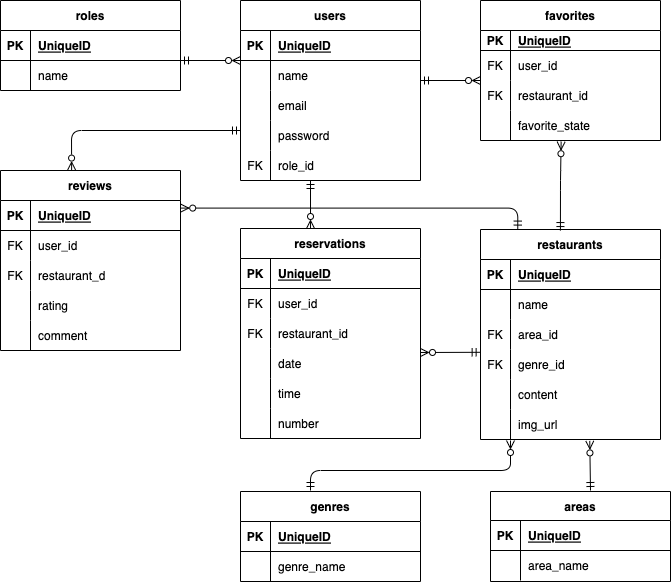
Before: src/index.drawio.png, a diagram exported from draw.io (hase-taka/reservation-system). Source tidied: cells renumbered, new cells last; positions are measured from the earlier drawing's top-left corner, leaving out a move shared by most shapes.
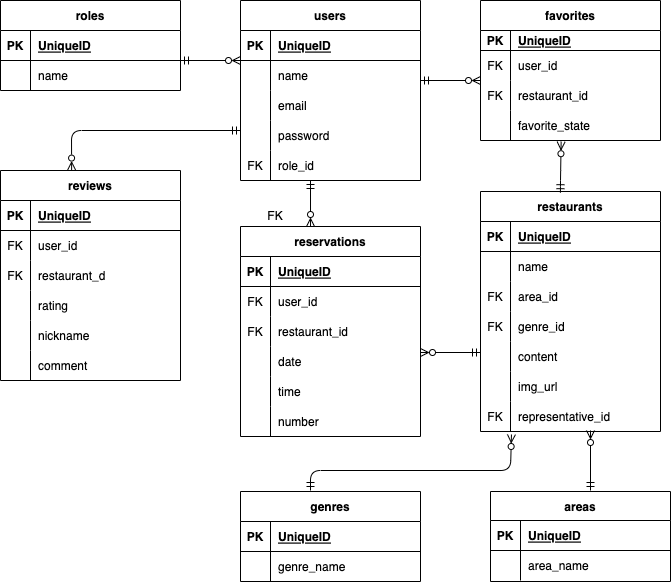
Above is the later version.

What changed in the source:
```diff
@@ -90,7 +90,7 @@
       <mxGeometry x="30" width="150" height="30" as="geometry" />
     </mxCell>
     <mxCell id="31" value="reservations" style="shape=table;startSize=30;rowLines=0;fontStyle=1;align=center;" parent="1" vertex="1">
-      <mxGeometry x="240" y="228" width="180" height="210" as="geometry" />
+      <mxGeometry x="240" y="226" width="180" height="210" as="geometry" />
     </mxCell>
     <mxCell id="32" style="shape=tableRow;horizontal=0;startSize=0;swimlaneHead=0;swimlaneBody=0;fillColor=none;top=0;left=0;right=0;bottom=1;" parent="31" vertex="1">
       <mxGeometry y="30" width="180" height="30" as="geometry" />
@@ -147,7 +147,7 @@
       <mxGeometry x="30" width="150" height="30" as="geometry" />
     </mxCell>
     <mxCell id="50" value="restaurants" style="shape=table;startSize=30;rowLines=0;fontStyle=1;align=center;" parent="1" vertex="1">
-      <mxGeometry x="480" y="229" width="180" height="210" as="geometry" />
+      <mxGeometry x="480" y="191" width="180" height="240" as="geometry" />
     </mxCell>
     <mxCell id="51" style="shape=tableRow;horizontal=0;startSize=0;swimlaneHead=0;swimlaneBody=0;fillColor=none;top=0;left=0;right=0;bottom=1;" parent="50" vertex="1">
       <mxGeometry y="30" width="180" height="30" as="geometry" />
@@ -203,6 +203,15 @@
     <mxCell id="68" value="img_url" style="shape=partialRectangle;fillColor=none;top=0;left=0;bottom=0;right=0;align=left;spacingLeft=6;overflow=hidden;" parent="66" vertex="1">
       <mxGeometry x="30" width="150" height="30" as="geometry" />
     </mxCell>
+    <mxCell id="115" style="shape=tableRow;horizontal=0;startSize=0;swimlaneHead=0;swimlaneBody=0;fillColor=none;points=[[0,0.5],[1,0.5]];portConstraint=eastwest;top=0;left=0;right=0;bottom=0;" parent="50" vertex="1">
+      <mxGeometry y="210" width="180" height="30" as="geometry" />
+    </mxCell>
+    <mxCell id="116" value="FK" style="shape=partialRectangle;fillColor=none;top=0;left=0;bottom=0;right=0;overflow=hidden;" parent="115" vertex="1">
+      <mxGeometry width="30" height="30" as="geometry" />
+    </mxCell>
+    <mxCell id="117" value="representative_id" style="shape=partialRectangle;fillColor=none;top=0;left=0;bottom=0;right=0;align=left;spacingLeft=6;overflow=hidden;" parent="115" vertex="1">
+      <mxGeometry x="30" width="150" height="30" as="geometry" />
+    </mxCell>
     <mxCell id="69" style="fontSize=12;html=1;endArrow=ERzeroToMany;startArrow=ERmandOne;endFill=0;" parent="1" edge="1">
       <mxGeometry relative="1" as="geometry">
         <mxPoint x="420" y="80" as="sourcePoint" />
@@ -221,8 +230,9 @@
         </Array>
       </mxGeometry>
     </mxCell>
-    <mxCell id="72" style="fontSize=12;html=1;endArrow=ERzeroToMany;startArrow=ERmandOne;endFill=0;exitX=-0.002;exitY=1.093;exitDx=0;exitDy=0;exitPerimeter=0;" parent="1" edge="1" source="57">
+    <mxCell id="72" style="fontSize=12;html=1;endArrow=ERzeroToMany;startArrow=ERmandOne;endFill=0;" parent="1" edge="1">
       <mxGeometry relative="1" as="geometry">
+        <mxPoint x="480" y="352" as="sourcePoint" />
         <mxPoint x="420" y="352" as="targetPoint" />
       </mxGeometry>
     </mxCell>
@@ -268,15 +278,15 @@
     <mxCell id="86" value="genre_name" style="shape=partialRectangle;fillColor=none;top=0;left=0;bottom=0;right=0;align=left;spacingLeft=6;overflow=hidden;" parent="84" vertex="1">
       <mxGeometry x="30" width="150" height="30" as="geometry" />
     </mxCell>
-    <mxCell id="87" style="fontSize=12;html=1;endArrow=ERzeroToMany;startArrow=ERmandOne;endFill=0;entryX=0.607;entryY=1.047;entryDx=0;entryDy=0;entryPerimeter=0;" parent="1" edge="1" target="66">
+    <mxCell id="87" style="fontSize=12;html=1;endArrow=ERzeroToMany;startArrow=ERmandOne;endFill=0;" parent="1" edge="1">
       <mxGeometry relative="1" as="geometry">
         <mxPoint x="590" y="490" as="sourcePoint" />
+        <mxPoint x="590" y="430" as="targetPoint" />
       </mxGeometry>
     </mxCell>
-    <mxCell id="88" style="fontSize=12;html=1;endArrow=ERzeroToMany;startArrow=ERmandOne;endFill=0;edgeStyle=orthogonalEdgeStyle;" parent="1" edge="1">
+    <mxCell id="88" style="fontSize=12;html=1;endArrow=ERzeroToMany;startArrow=ERmandOne;endFill=0;edgeStyle=orthogonalEdgeStyle;entryX=0.172;entryY=1.1;entryDx=0;entryDy=0;entryPerimeter=0;" parent="1" edge="1" target="115">
       <mxGeometry relative="1" as="geometry">
         <mxPoint x="310" y="490" as="sourcePoint" />
-        <mxPoint x="510" y="440" as="targetPoint" />
         <Array as="points">
           <mxPoint x="310" y="470" />
           <mxPoint x="510" y="470" />
@@ -311,7 +321,7 @@
       </mxGeometry>
     </mxCell>
     <mxCell id="97" value="reviews" style="shape=table;startSize=30;rowLines=0;fontStyle=1;align=center;" parent="1" vertex="1">
-      <mxGeometry y="170" width="180" height="180" as="geometry" />
+      <mxGeometry y="170" width="180" height="210" as="geometry" />
     </mxCell>
     <mxCell id="98" style="shape=tableRow;horizontal=0;startSize=0;swimlaneHead=0;swimlaneBody=0;fillColor=none;points=[[0,0.5],[1,0.5]];portConstraint=eastwest;top=0;left=0;right=0;bottom=1;" parent="97" vertex="1">
       <mxGeometry y="30" width="180" height="30" as="geometry" />
@@ -355,9 +365,18 @@
     <mxCell id="111" style="shape=partialRectangle;fillColor=none;top=0;left=0;bottom=0;right=0;overflow=hidden;" parent="110" vertex="1">
       <mxGeometry width="30" height="30" as="geometry" />
     </mxCell>
-    <mxCell id="112" value="comment" style="shape=partialRectangle;fillColor=none;top=0;left=0;bottom=0;right=0;align=left;spacingLeft=6;overflow=hidden;" parent="110" vertex="1">
+    <mxCell id="112" value="nickname" style="shape=partialRectangle;fillColor=none;top=0;left=0;bottom=0;right=0;align=left;spacingLeft=6;overflow=hidden;" parent="110" vertex="1">
       <mxGeometry x="30" width="150" height="30" as="geometry" />
     </mxCell>
+    <mxCell id="118" style="shape=tableRow;horizontal=0;startSize=0;swimlaneHead=0;swimlaneBody=0;fillColor=none;top=0;left=0;right=0;bottom=0;" parent="97" vertex="1">
+      <mxGeometry y="180" width="180" height="30" as="geometry" />
+    </mxCell>
+    <mxCell id="119" style="shape=partialRectangle;fillColor=none;top=0;left=0;bottom=0;right=0;overflow=hidden;" parent="118" vertex="1">
+      <mxGeometry width="30" height="30" as="geometry" />
+    </mxCell>
+    <mxCell id="120" value="comment" style="shape=partialRectangle;fillColor=none;top=0;left=0;bottom=0;right=0;align=left;spacingLeft=6;overflow=hidden;" parent="118" vertex="1">
+      <mxGeometry x="30" width="150" height="30" as="geometry" />
+    </mxCell>
     <mxCell id="113" style="fontSize=12;html=1;endArrow=ERzeroToMany;startArrow=ERmandOne;endFill=0;entryX=0.384;entryY=-0.019;entryDx=0;entryDy=0;entryPerimeter=0;" parent="1" edge="1">
       <mxGeometry relative="1" as="geometry">
         <mxPoint x="240" y="130" as="sourcePoint" />
@@ -367,8 +386,11 @@
         </Array>
       </mxGeometry>
     </mxCell>
-    <mxCell id="114" style="edgeStyle=orthogonalEdgeStyle;fontSize=12;html=1;endArrow=ERzeroToMany;startArrow=ERmandOne;endFill=0;entryX=1.001;entryY=0.253;entryDx=0;entryDy=0;entryPerimeter=0;exitX=0.207;exitY=-0.002;exitDx=0;exitDy=0;exitPerimeter=0;" parent="1" edge="1" source="50" target="98">
-      <mxGeometry relative="1" as="geometry" />
-    </mxCell>
+    <mxCell id="121" style="shape=tableRow;horizontal=0;startSize=0;swimlaneHead=0;swimlaneBody=0;fillColor=none;top=0;left=0;right=0;bottom=0;" parent="1" vertex="1">
+      <mxGeometry x="260" y="200" width="180" height="30" as="geometry" />
+    </mxCell>
+    <mxCell id="122" value="FK" style="shape=partialRectangle;fillColor=none;top=0;left=0;bottom=0;right=0;overflow=hidden;" parent="121" vertex="1">
+      <mxGeometry width="30" height="30" as="geometry" />
+    </mxCell>
   </root>
 </mxGraphModel>
```
